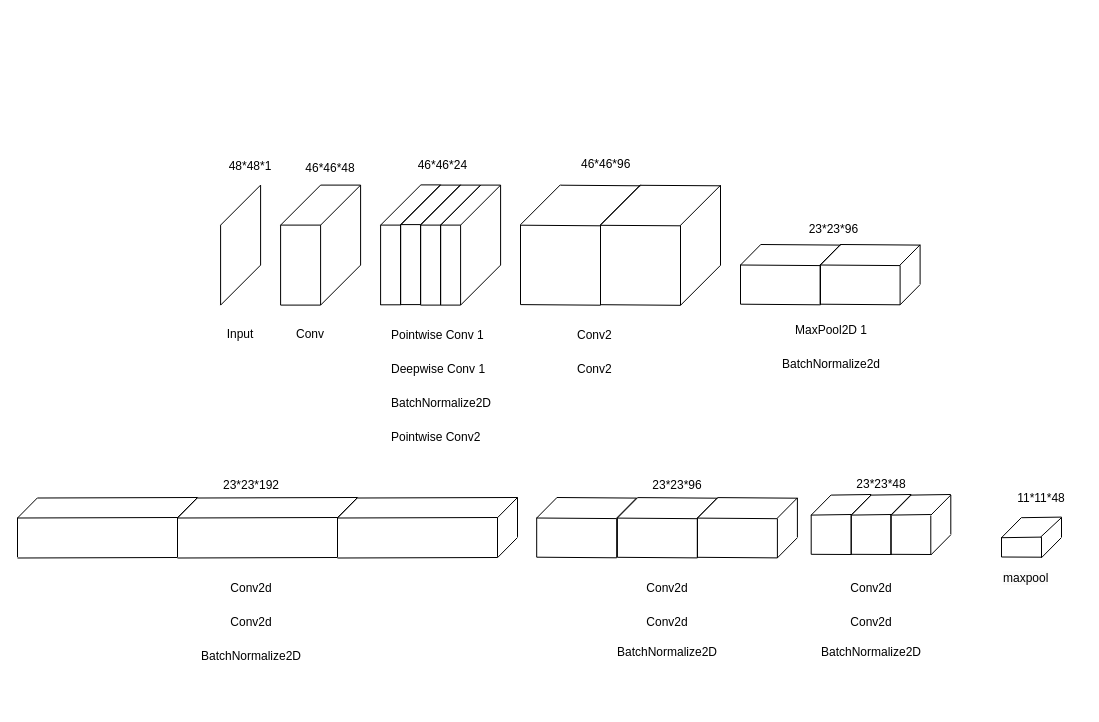
Earlier version of the draw.io diagram facts tha3o.drawio (BienGudBoy/draws). Source tidied: cells renumbered, new cells numbered last; positions are measured from the earlier drawing's top-left corner, leaving out a move shared by most shapes. Both pictures are drawn from the tidied source at 100%, with x=0, y=0 at pixel (17, 100).
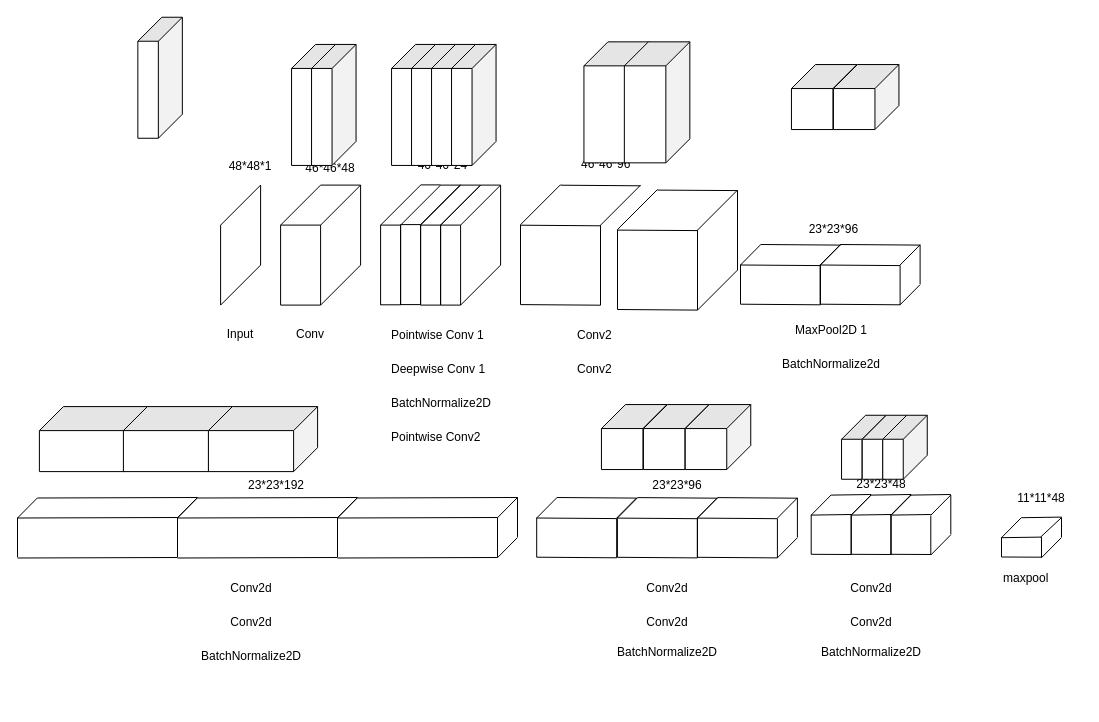
The same page after the edit.

What changed in the source:
```diff
@@
-    <mxCell id="25" style="endArrow=none;html=1;rounded=0;" parent="1" edge="1">
-      <mxGeometry relative="1" as="geometry">
-        <mxPoint x="383.1" y="124.1" as="sourcePoint" />
-        <mxPoint x="423.1" y="84.1" as="targetPoint" />
-      </mxGeometry>
-    </mxCell>
@@
     <mxCell id="44" style="group;" parent="1" vertex="1">
-      <mxGeometry x="583" y="84.2" width="120" height="120.6" as="geometry" />
+      <mxGeometry x="600" y="89" width="120" height="120.6" as="geometry" />
     </mxCell>
@@
     <mxCell id="71" value="&lt;p class=&quot;cvGsUA direction-ltr align-center para-style-body&quot; style=&quot;color: rgb(0, 0, 0); font-family: &amp;quot;YAFdJllHsUM 0&amp;quot;, _fb_, auto; --fontSize: 16px; --lineHeight: 1.4; text-transform: none; line-height: 22px;&quot;&gt;&lt;br&gt;&lt;/p&gt;&lt;p class=&quot;cvGsUA direction-ltr align-center para-style-body&quot; style=&quot;color: rgb(0, 0, 0); font-family: &amp;quot;YAFdJllHsUM 0&amp;quot;, _fb_, auto; --fontSize: 16px; --lineHeight: 1.4; text-transform: none; line-height: 22px;&quot;&gt;&lt;span class=&quot;OYPEnA text-decoration-none text-strikethrough-none&quot; style=&quot;color: rgb(0, 0, 0); font-weight: 400; font-style: normal;&quot;&gt;23*23*192&lt;/span&gt;&lt;/p&gt;" style="text;whiteSpace=wrap;html=1;align=center;" parent="1" vertex="1">
-      <mxGeometry x="189" y="321" width="90" height="100" as="geometry" />
+      <mxGeometry x="214" y="321" width="90" height="100" as="geometry" />
     </mxCell>
@@
+    <mxCell id="178" style="shape=cube;whiteSpace=wrap;html=1;boundedLbl=1;backgroundOutline=1;darkOpacity=0.05;darkOpacity2=0.1;size=24;rotation=90;" parent="1" vertex="1">
+      <mxGeometry x="82.1" y="-45" width="121" height="44.5" as="geometry" />
+    </mxCell>
+    <mxCell id="179" style="group;" parent="1" vertex="1">
+      <mxGeometry x="274" y="-56" width="64.5" height="120.9" as="geometry" />
+    </mxCell>
+    <mxCell id="180" style="shape=cube;whiteSpace=wrap;html=1;boundedLbl=1;backgroundOutline=1;darkOpacity=0.05;darkOpacity2=0.1;size=24;rotation=90;" parent="179" vertex="1">
+      <mxGeometry x="-38.2" y="38.2" width="121" height="44.5" as="geometry" />
+    </mxCell>
+    <mxCell id="181" style="shape=cube;whiteSpace=wrap;html=1;boundedLbl=1;backgroundOutline=1;darkOpacity=0.05;darkOpacity2=0.1;size=24;rotation=90;" parent="179" vertex="1">
+      <mxGeometry x="-18.2" y="38.2" width="121" height="44.5" as="geometry" />
+    </mxCell>
+    <mxCell id="182" style="group;" parent="1" vertex="1">
+      <mxGeometry x="374" y="-56" width="104.5" height="121" as="geometry" />
+    </mxCell>
+    <mxCell id="183" style="group;" parent="182" vertex="1">
+      <mxGeometry width="70.9" height="120.9" as="geometry" />
+    </mxCell>
+    <mxCell id="184" style="shape=cube;whiteSpace=wrap;html=1;boundedLbl=1;backgroundOutline=1;darkOpacity=0.05;darkOpacity2=0.1;size=24;rotation=90;" parent="183" vertex="1">
+      <mxGeometry x="-38.2" y="38.2" width="121" height="44.5" as="geometry" />
+    </mxCell>
+    <mxCell id="185" style="shape=cube;whiteSpace=wrap;html=1;boundedLbl=1;backgroundOutline=1;darkOpacity=0.05;darkOpacity2=0.1;size=24;rotation=90;" parent="183" vertex="1">
+      <mxGeometry x="-18.2" y="38.2" width="121" height="44.5" as="geometry" />
+    </mxCell>
+    <mxCell id="186" style="group;" parent="182" vertex="1">
+      <mxGeometry x="40" width="64.5" height="121" as="geometry" />
+    </mxCell>
+    <mxCell id="187" style="shape=cube;whiteSpace=wrap;html=1;boundedLbl=1;backgroundOutline=1;darkOpacity=0.05;darkOpacity2=0.1;size=24;rotation=90;" parent="186" vertex="1">
+      <mxGeometry x="-38.2" y="38.2" width="121" height="44.5" as="geometry" />
+    </mxCell>
+    <mxCell id="188" style="shape=cube;whiteSpace=wrap;html=1;boundedLbl=1;backgroundOutline=1;darkOpacity=0.05;darkOpacity2=0.1;size=24;rotation=90;" parent="186" vertex="1">
+      <mxGeometry x="-18.2" y="38.2" width="121" height="44.5" as="geometry" />
+    </mxCell>
+    <mxCell id="189" style="shape=cube;whiteSpace=wrap;html=1;boundedLbl=1;backgroundOutline=1;darkOpacity=0.05;darkOpacity2=0.1;size=24;rotation=90;" parent="1" vertex="1">
+      <mxGeometry x="538.7" y="-30.9" width="121" height="65.5" as="geometry" />
+    </mxCell>
+    <mxCell id="190" style="shape=cube;whiteSpace=wrap;html=1;boundedLbl=1;backgroundOutline=1;darkOpacity=0.05;darkOpacity2=0.1;size=24;rotation=90;" parent="1" vertex="1">
+      <mxGeometry x="579.1" y="-30.9" width="121" height="65.5" as="geometry" />
+    </mxCell>
+    <mxCell id="191" style="group;" parent="1" vertex="1">
+      <mxGeometry x="774" y="-36" width="107.5" height="125.2" as="geometry" />
+    </mxCell>
+    <mxCell id="192" style="shape=cube;whiteSpace=wrap;html=1;boundedLbl=1;backgroundOutline=1;darkOpacity=0.05;darkOpacity2=0.1;size=24;rotation=90;" parent="191" vertex="1">
+      <mxGeometry x="0.2" y="-0.2" width="65" height="65.5" as="geometry" />
+    </mxCell>
+    <mxCell id="193" style="shape=cube;whiteSpace=wrap;html=1;boundedLbl=1;backgroundOutline=1;darkOpacity=0.05;darkOpacity2=0.1;size=24;rotation=90;" parent="191" vertex="1">
+      <mxGeometry x="42.2" y="-0.2" width="65" height="65.5" as="geometry" />
+    </mxCell>
+    <mxCell id="194" style="shape=cube;whiteSpace=wrap;html=1;boundedLbl=1;backgroundOutline=1;darkOpacity=0.05;darkOpacity2=0.1;size=24;rotation=90;" parent="1" vertex="1">
+      <mxGeometry x="44" y="284" width="65" height="109.2" as="geometry" />
+    </mxCell>
+    <mxCell id="195" style="shape=cube;whiteSpace=wrap;html=1;boundedLbl=1;backgroundOutline=1;darkOpacity=0.05;darkOpacity2=0.1;size=24;rotation=90;" parent="1" vertex="1">
+      <mxGeometry x="128" y="284" width="65" height="109.2" as="geometry" />
+    </mxCell>
+    <mxCell id="196" style="shape=cube;whiteSpace=wrap;html=1;boundedLbl=1;backgroundOutline=1;darkOpacity=0.05;darkOpacity2=0.1;size=24;rotation=90;" parent="1" vertex="1">
+      <mxGeometry x="213" y="284" width="65" height="109.2" as="geometry" />
+    </mxCell>
+    <mxCell id="197" style="group;" parent="1" vertex="1">
+      <mxGeometry x="584" y="304" width="149.2" height="65" as="geometry" />
+    </mxCell>
+    <mxCell id="198" style="shape=cube;whiteSpace=wrap;html=1;boundedLbl=1;backgroundOutline=1;darkOpacity=0.05;darkOpacity2=0.1;size=24;rotation=90;" parent="197" vertex="1">
+      <mxGeometry x="0.2" y="-0.2" width="65" height="65.5" as="geometry" />
+    </mxCell>
+    <mxCell id="199" style="shape=cube;whiteSpace=wrap;html=1;boundedLbl=1;backgroundOutline=1;darkOpacity=0.05;darkOpacity2=0.1;size=24;rotation=90;" parent="197" vertex="1">
+      <mxGeometry x="42.2" y="-0.2" width="65" height="65.5" as="geometry" />
+    </mxCell>
+    <mxCell id="200" style="shape=cube;whiteSpace=wrap;html=1;boundedLbl=1;backgroundOutline=1;darkOpacity=0.05;darkOpacity2=0.1;size=24;rotation=90;" parent="197" vertex="1">
+      <mxGeometry x="84" y="-0.2" width="65" height="65.5" as="geometry" />
+    </mxCell>
+    <mxCell id="201" style="group;" parent="1" vertex="1">
+      <mxGeometry x="824" y="314.8" width="85.8" height="64" as="geometry" />
+    </mxCell>
+    <mxCell id="202" style="shape=cube;whiteSpace=wrap;html=1;boundedLbl=1;backgroundOutline=1;darkOpacity=0.05;darkOpacity2=0.1;size=24;rotation=90;" parent="201" vertex="1">
+      <mxGeometry x="-9.7" y="9.7" width="64" height="44.5" as="geometry" />
+    </mxCell>
+    <mxCell id="203" style="shape=cube;whiteSpace=wrap;html=1;boundedLbl=1;backgroundOutline=1;darkOpacity=0.05;darkOpacity2=0.1;size=24;rotation=90;" parent="201" vertex="1">
+      <mxGeometry x="11" y="9.7" width="64" height="44.5" as="geometry" />
+    </mxCell>
+    <mxCell id="204" style="shape=cube;whiteSpace=wrap;html=1;boundedLbl=1;backgroundOutline=1;darkOpacity=0.05;darkOpacity2=0.1;size=24;rotation=90;" parent="201" vertex="1">
+      <mxGeometry x="31.5" y="9.7" width="64" height="44.5" as="geometry" />
+    </mxCell>
```
